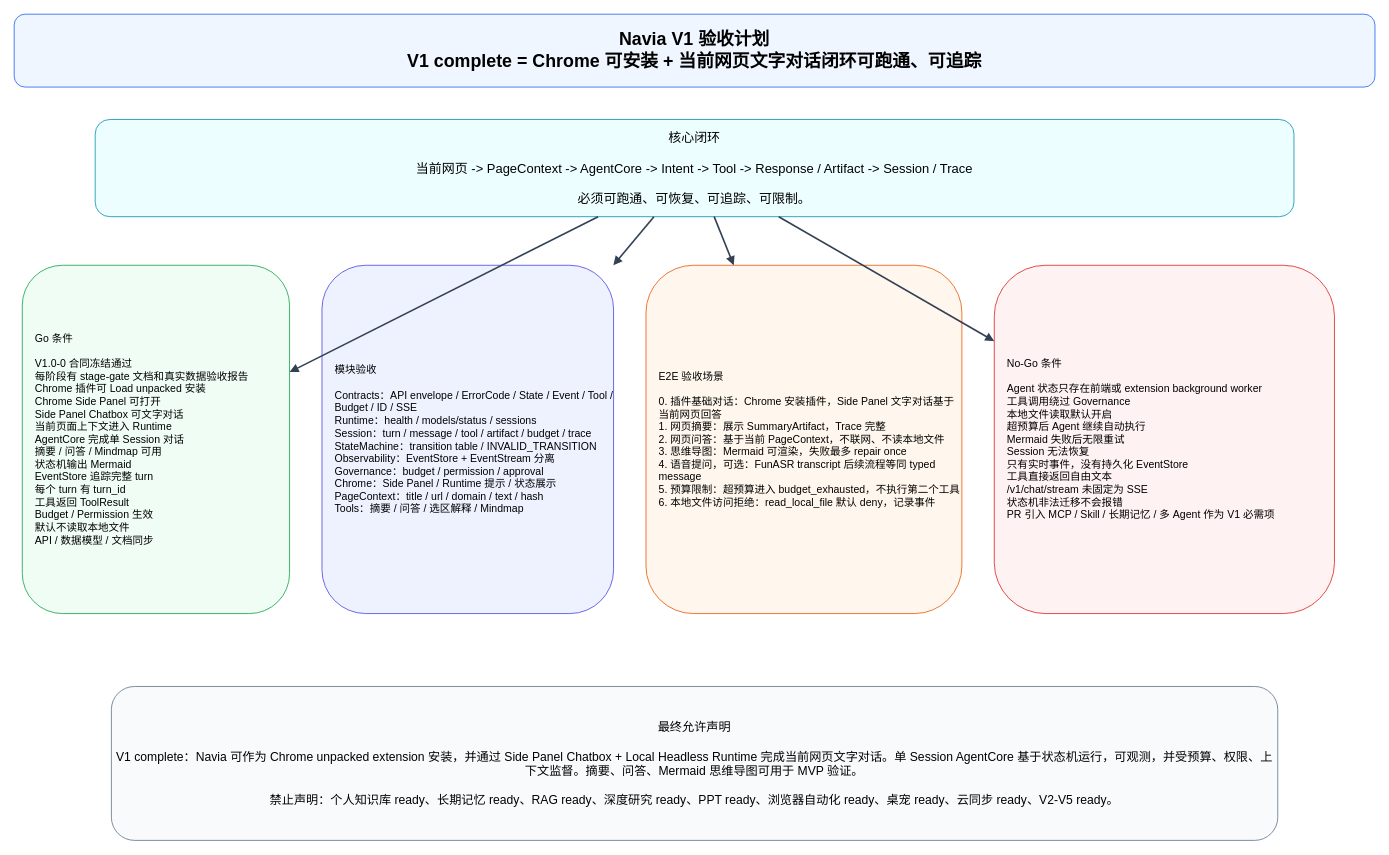
This is page "03 V1验收计划" (3 of 4) of docs/navia_v1_project_docs/09-project-onboarding-map.drawio from zhouhouze/mercury, a draw.io file, before an edit. Source tidied: cells renumbered, new cells numbered last; positions are measured from the earlier drawing's top-left corner, leaving out a move shared by most shapes. Both pictures are drawn from the tidied source at 81%, with x=0, y=0 at pixel (14, 14).
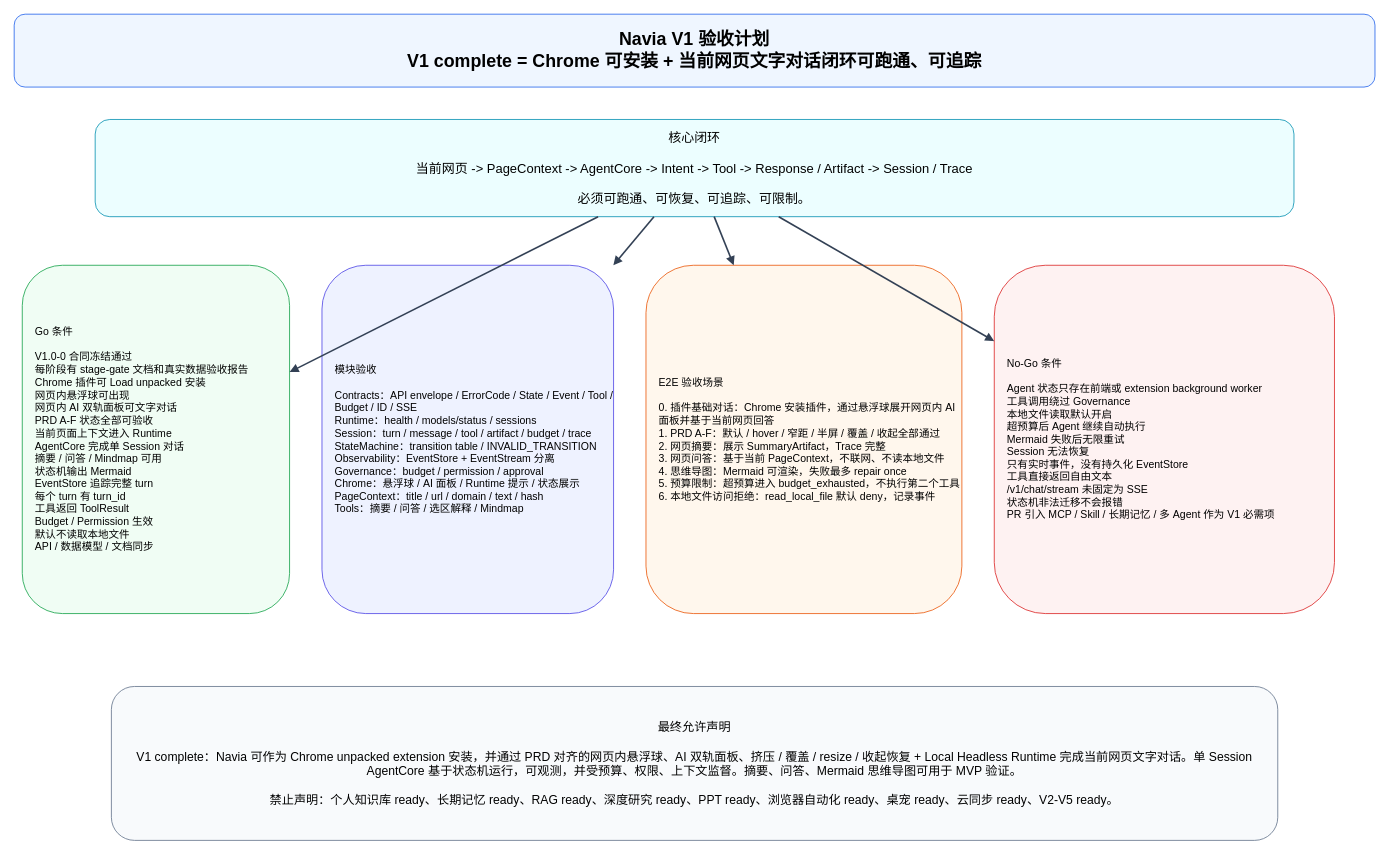
The same diagram, later.

Diff of the diagram source:
```diff
@@
 <mxGraphModel>
   <root>
     <mxCell id="0" />
     <mxCell id="1" parent="0" />
     <mxCell id="2" value="Navia V1 验收计划&lt;br&gt;V1 complete = Chrome 可安装 + 当前网页文字对话闭环可跑通、可追踪" style="rounded=1;whiteSpace=wrap;html=1;fillColor=#EFF6FF;strokeColor=#2563EB;fontSize=22;fontStyle=1;align=center;" parent="1" vertex="1">
       <mxGeometry width="1680" height="90" as="geometry" />
     </mxCell>
     <mxCell id="3" value="核心闭环&lt;br&gt;&lt;br&gt;当前网页 -&gt; PageContext -&gt; AgentCore -&gt; Intent -&gt; Tool -&gt; Response / Artifact -&gt; Session / Trace&lt;br&gt;&lt;br&gt;必须可跑通、可恢复、可追踪、可限制。" style="rounded=1;whiteSpace=wrap;html=1;fillColor=#ECFEFF;strokeColor=#0891B2;fontSize=16;align=center;" parent="1" vertex="1">
       <mxGeometry x="100" y="130" width="1480" height="120" as="geometry" />
     </mxCell>
-    <mxCell id="4" value="Go 条件&lt;br&gt;&lt;br&gt;V1.0-0 合同冻结通过&lt;br&gt;每阶段有 stage-gate 文档和真实数据验收报告&lt;br&gt;Chrome 插件可 Load unpacked 安装&lt;br&gt;Chrome Side Panel 可打开&lt;br&gt;Side Panel Chatbox 可文字对话&lt;br&gt;当前页面上下文进入 Runtime&lt;br&gt;AgentCore 完成单 Session 对话&lt;br&gt;摘要 / 问答 / Mindmap 可用&lt;br&gt;状态机输出 Mermaid&lt;br&gt;EventStore 追踪完整 turn&lt;br&gt;每个 turn 有 turn_id&lt;br&gt;工具返回 ToolResult&lt;br&gt;Budget / Permission 生效&lt;br&gt;默认不读取本地文件&lt;br&gt;API / 数据模型 / 文档同步" style="rounded=1;whiteSpace=wrap;html=1;fillColor=#F0FDF4;strokeColor=#16A34A;fontSize=13;align=left;spacingLeft=14;" parent="1" vertex="1">
+    <mxCell id="4" value="Go 条件&lt;br&gt;&lt;br&gt;V1.0-0 合同冻结通过&lt;br&gt;每阶段有 stage-gate 文档和真实数据验收报告&lt;br&gt;Chrome 插件可 Load unpacked 安装&lt;br&gt;网页内悬浮球可出现&lt;br&gt;网页内 AI 双轨面板可文字对话&lt;br&gt;PRD A-F 状态全部可验收&lt;br&gt;当前页面上下文进入 Runtime&lt;br&gt;AgentCore 完成单 Session 对话&lt;br&gt;摘要 / 问答 / Mindmap 可用&lt;br&gt;状态机输出 Mermaid&lt;br&gt;EventStore 追踪完整 turn&lt;br&gt;每个 turn 有 turn_id&lt;br&gt;工具返回 ToolResult&lt;br&gt;Budget / Permission 生效&lt;br&gt;默认不读取本地文件&lt;br&gt;API / 数据模型 / 文档同步" style="rounded=1;whiteSpace=wrap;html=1;fillColor=#F0FDF4;strokeColor=#16A34A;fontSize=13;align=left;spacingLeft=14;" parent="1" vertex="1">
       <mxGeometry x="10" y="310" width="330" height="430" as="geometry" />
     </mxCell>
-    <mxCell id="5" value="模块验收&lt;br&gt;&lt;br&gt;Contracts：API envelope / ErrorCode / State / Event / Tool / Budget / ID / SSE&lt;br&gt;Runtime：health / models/status / sessions&lt;br&gt;Session：turn / message / tool / artifact / budget / trace&lt;br&gt;StateMachine：transition table / INVALID_TRANSITION&lt;br&gt;Observability：EventStore + EventStream 分离&lt;br&gt;Governance：budget / permission / approval&lt;br&gt;Chrome：Side Panel / Runtime 提示 / 状态展示&lt;br&gt;PageContext：title / url / domain / text / hash&lt;br&gt;Tools：摘要 / 问答 / 选区解释 / Mindmap" style="rounded=1;whiteSpace=wrap;html=1;fillColor=#EEF2FF;strokeColor=#4F46E5;fontSize=13;align=left;spacingLeft=14;" parent="1" vertex="1">
+    <mxCell id="5" value="模块验收&lt;br&gt;&lt;br&gt;Contracts：API envelope / ErrorCode / State / Event / Tool / Budget / ID / SSE&lt;br&gt;Runtime：health / models/status / sessions&lt;br&gt;Session：turn / message / tool / artifact / budget / trace&lt;br&gt;StateMachine：transition table / INVALID_TRANSITION&lt;br&gt;Observability：EventStore + EventStream 分离&lt;br&gt;Governance：budget / permission / approval&lt;br&gt;Chrome：悬浮球 / AI 面板 / Runtime 提示 / 状态展示&lt;br&gt;PageContext：title / url / domain / text / hash&lt;br&gt;Tools：摘要 / 问答 / 选区解释 / Mindmap" style="rounded=1;whiteSpace=wrap;html=1;fillColor=#EEF2FF;strokeColor=#4F46E5;fontSize=13;align=left;spacingLeft=14;" parent="1" vertex="1">
       <mxGeometry x="380" y="310" width="360" height="430" as="geometry" />
     </mxCell>
-    <mxCell id="6" value="E2E 验收场景&lt;br&gt;&lt;br&gt;0. 插件基础对话：Chrome 安装插件，Side Panel 文字对话基于当前网页回答&lt;br&gt;1. 网页摘要：展示 SummaryArtifact，Trace 完整&lt;br&gt;2. 网页问答：基于当前 PageContext，不联网、不读本地文件&lt;br&gt;3. 思维导图：Mermaid 可渲染，失败最多 repair once&lt;br&gt;4. 语音提问，可选：FunASR transcript 后续流程等同 typed message&lt;br&gt;5. 预算限制：超预算进入 budget_exhausted，不执行第二个工具&lt;br&gt;6. 本地文件访问拒绝：read_local_file 默认 deny，记录事件" style="rounded=1;whiteSpace=wrap;html=1;fillColor=#FFF7ED;strokeColor=#EA580C;fontSize=13;align=left;spacingLeft=14;" parent="1" vertex="1">
+    <mxCell id="6" value="E2E 验收场景&lt;br&gt;&lt;br&gt;0. 插件基础对话：Chrome 安装插件，通过悬浮球展开网页内 AI 面板并基于当前网页回答&lt;br&gt;1. PRD A-F：默认 / hover / 窄距 / 半屏 / 覆盖 / 收起全部通过&lt;br&gt;2. 网页摘要：展示 SummaryArtifact，Trace 完整&lt;br&gt;3. 网页问答：基于当前 PageContext，不联网、不读本地文件&lt;br&gt;4. 思维导图：Mermaid 可渲染，失败最多 repair once&lt;br&gt;5. 预算限制：超预算进入 budget_exhausted，不执行第二个工具&lt;br&gt;6. 本地文件访问拒绝：read_local_file 默认 deny，记录事件" style="rounded=1;whiteSpace=wrap;html=1;fillColor=#FFF7ED;strokeColor=#EA580C;fontSize=13;align=left;spacingLeft=14;" parent="1" vertex="1">
       <mxGeometry x="780" y="310" width="390" height="430" as="geometry" />
     </mxCell>
     <mxCell id="7" value="No-Go 条件&lt;br&gt;&lt;br&gt;Agent 状态只存在前端或 extension background worker&lt;br&gt;工具调用绕过 Governance&lt;br&gt;本地文件读取默认开启&lt;br&gt;超预算后 Agent 继续自动执行&lt;br&gt;Mermaid 失败后无限重试&lt;br&gt;Session 无法恢复&lt;br&gt;只有实时事件，没有持久化 EventStore&lt;br&gt;工具直接返回自由文本&lt;br&gt;/v1/chat/stream 未固定为 SSE&lt;br&gt;状态机非法迁移不会报错&lt;br&gt;PR 引入 MCP / Skill / 长期记忆 / 多 Agent 作为 V1 必需项" style="rounded=1;whiteSpace=wrap;html=1;fillColor=#FEF2F2;strokeColor=#DC2626;fontSize=13;align=left;spacingLeft=14;" parent="1" vertex="1">
       <mxGeometry x="1210" y="310" width="420" height="430" as="geometry" />
     </mxCell>
-    <mxCell id="8" value="最终允许声明&lt;br&gt;&lt;br&gt;V1 complete：Navia 可作为 Chrome unpacked extension 安装，并通过 Side Panel Chatbox + Local Headless Runtime 完成当前网页文字对话。单 Session AgentCore 基于状态机运行，可观测，并受预算、权限、上下文监督。摘要、问答、Mermaid 思维导图可用于 MVP 验证。&lt;br&gt;&lt;br&gt;禁止声明：个人知识库 ready、长期记忆 ready、RAG ready、深度研究 ready、PPT ready、浏览器自动化 ready、桌宠 ready、云同步 ready、V2-V5 ready。" style="rounded=1;whiteSpace=wrap;html=1;fillColor=#F8FAFC;strokeColor=#64748B;fontSize=15;align=center;" parent="1" vertex="1">
+    <mxCell id="8" value="最终允许声明&lt;br&gt;&lt;br&gt;V1 complete：Navia 可作为 Chrome unpacked extension 安装，并通过 PRD 对齐的网页内悬浮球、AI 双轨面板、挤压 / 覆盖 / resize / 收起恢复 + Local Headless Runtime 完成当前网页文字对话。单 Session AgentCore 基于状态机运行，可观测，并受预算、权限、上下文监督。摘要、问答、Mermaid 思维导图可用于 MVP 验证。&lt;br&gt;&lt;br&gt;禁止声明：个人知识库 ready、长期记忆 ready、RAG ready、深度研究 ready、PPT ready、浏览器自动化 ready、桌宠 ready、云同步 ready、V2-V5 ready。" style="rounded=1;whiteSpace=wrap;html=1;fillColor=#F8FAFC;strokeColor=#64748B;fontSize=15;align=center;" parent="1" vertex="1">
       <mxGeometry x="120" y="830" width="1440" height="190" as="geometry" />
     </mxCell>
     <mxCell id="9" style="endArrow=block;html=1;rounded=0;strokeColor=#334155;strokeWidth=2;" parent="1" edge="1" source="3" target="4">
       <mxGeometry relative="1" as="geometry" />
     </mxCell>
     <mxCell id="10" style="endArrow=block;html=1;rounded=0;strokeColor=#334155;strokeWidth=2;" parent="1" edge="1" source="3" target="5">
       <mxGeometry relative="1" as="geometry" />
     </mxCell>
     <mxCell id="11" style="endArrow=block;html=1;rounded=0;strokeColor=#334155;strokeWidth=2;" parent="1" edge="1" source="3" target="6">
       <mxGeometry relative="1" as="geometry" />
     </mxCell>
     <mxCell id="12" style="endArrow=block;html=1;rounded=0;strokeColor=#334155;strokeWidth=2;" parent="1" edge="1" source="3" target="7">
       <mxGeometry relative="1" as="geometry" />
     </mxCell>
   </root>
 </mxGraphModel>
```
